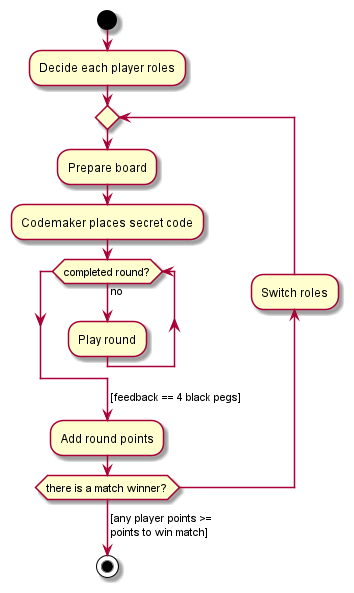
The PlantUML diagram Assets/Documentation~/Context-Match.png in RicardoGuzmanVelasco/Kalendra.Mastermind, before a commit. Source of this version:
```plantuml
@startuml
skin rose

start
:Decide each player roles;
repeat
    :Prepare board;
    :Codemaker places secret code;
    while (completed round?)
        -> no;
        :Play round;
    endwhile
    -> [feedback == 4 black pegs];
    :Add round points;
    backward:Switch roles;
repeat while (there is a match winner?)
-> [any player points >= \npoints to win match];
stop

@enduml
```
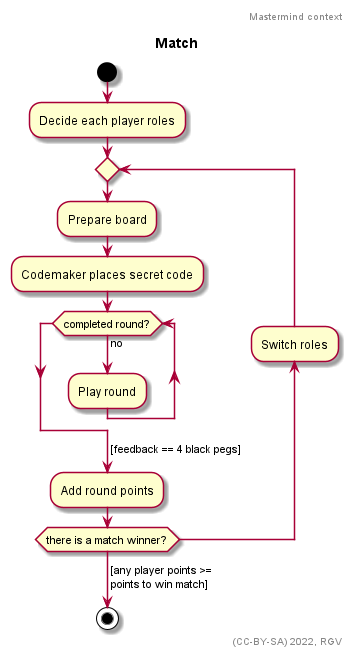
Above is the later version.

Commit message:
docs: add use cases

Change to the diagram source:
```diff
@@ -1,5 +1,9 @@
 @startuml
 skin rose
+
+header Mastermind context
+title Match
+right footer (CC-BY-SA) 2022, RGV
 
 start
 :Decide each player roles;
```
